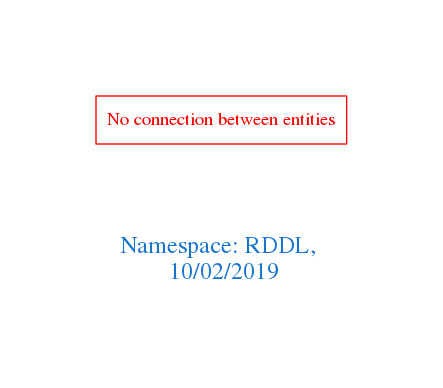
Above: downloads/RDDL.png in arago/OGIT (Graphviz), before the change. Its source is kept beside it as downloads/RDDL.dot.
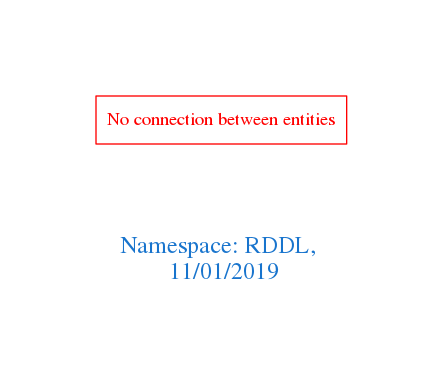
The same diagram one commit later.

Diff of the diagram source:
```diff
@@ -1,7 +1,7 @@
 digraph OGIT_ontology {
  graph [ rankdir= LR,pad=1
 fontsize = 18,
-fontcolor= dodgerblue3,label = "\n\n\nNamespace: RDDL, \n 10/02/2019"];
+fontcolor= dodgerblue3,label = "\n\n\nNamespace: RDDL, \n 11/01/2019"];
 node[shape=polygon];
 edge [  color="gray81"];
 
```
